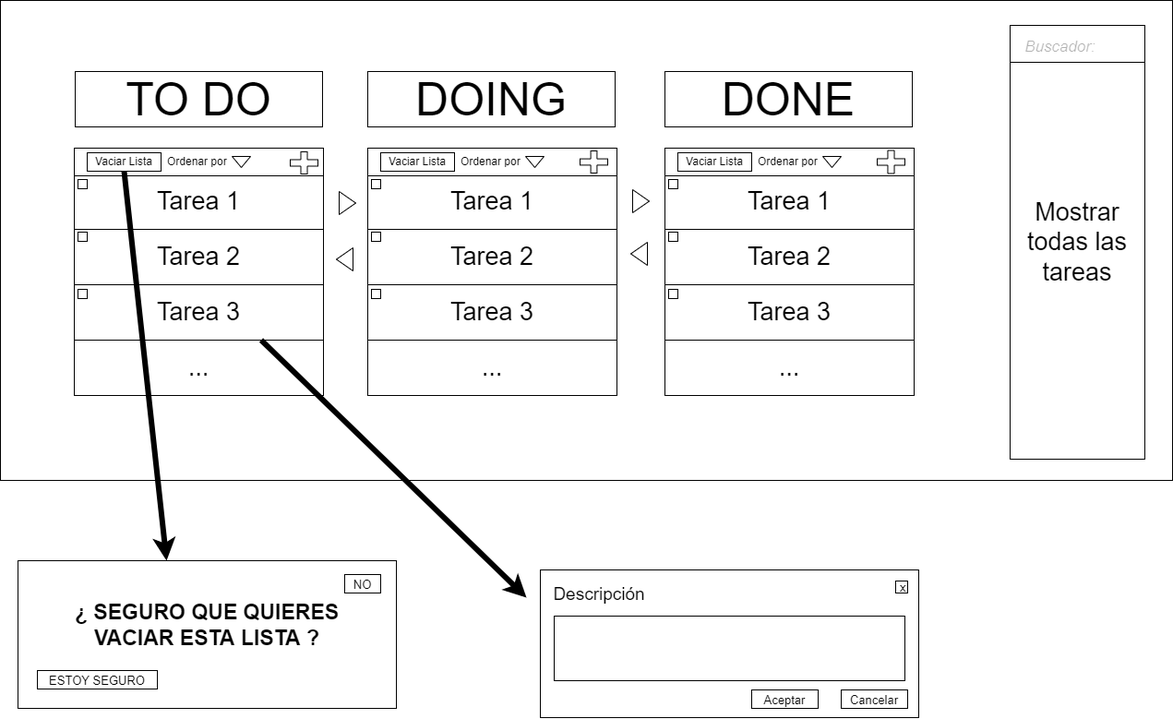
This is imgs/Maquetacion.png from OsmanMehmed/todo-list-web-nativo, a draw.io export, as it was before one commit. Source tidied: cells renumbered, new cells last; positions are measured from the earlier drawing's top-left corner, leaving out a move shared by most shapes.
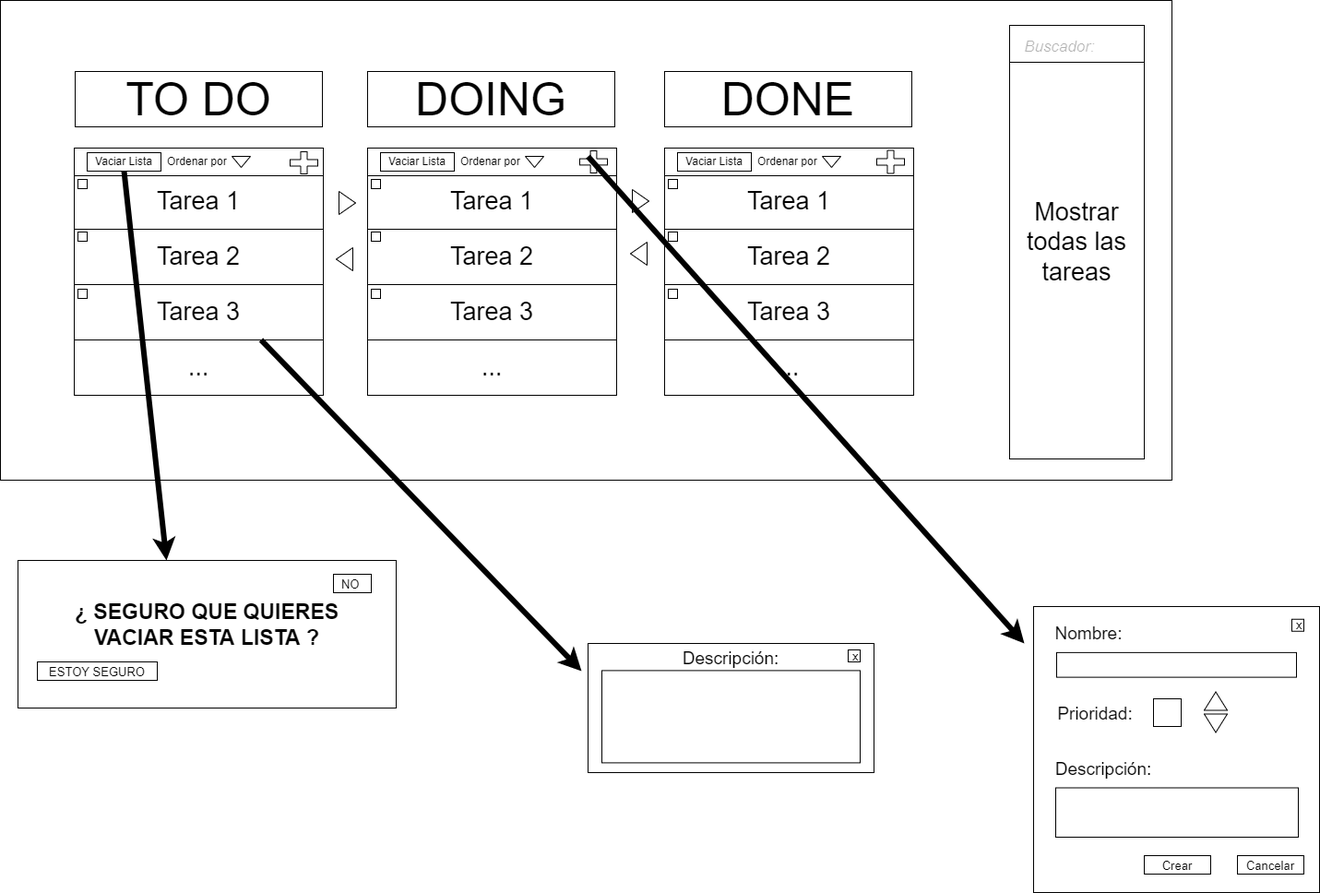
The same diagram one commit later.

Change to the diagram source:
```diff
@@ -115,27 +115,9 @@
     </mxCell>
     <mxCell id="39" style="endArrow=classic;html=1;rounded=0;fontSize=50;exitX=0.75;exitY=1;exitDx=0;exitDy=0;strokeWidth=6;" parent="1" edge="1" source="5">
       <mxGeometry relative="1" as="geometry">
-        <mxPoint x="570" y="647" as="targetPoint" />
+        <mxPoint x="630" y="727" as="targetPoint" />
       </mxGeometry>
     </mxCell>
-    <mxCell id="40" style="rounded=0;whiteSpace=wrap;html=1;fontSize=50;" parent="1" vertex="1">
-      <mxGeometry x="585" y="617" width="410" height="160" as="geometry" />
-    </mxCell>
-    <mxCell id="41" value="&lt;font style=&quot;font-size: 19px&quot;&gt;Descripción&lt;/font&gt;" style="text;html=1;strokeColor=none;fillColor=none;align=center;verticalAlign=middle;whiteSpace=wrap;rounded=0;fontSize=50;" parent="1" vertex="1">
-      <mxGeometry x="619" y="617" width="60" height="30" as="geometry" />
-    </mxCell>
-    <mxCell id="42" style="rounded=0;whiteSpace=wrap;html=1;fontSize=19;" parent="1" vertex="1">
-      <mxGeometry x="600" y="667" width="380" height="70" as="geometry" />
-    </mxCell>
-    <mxCell id="43" value="&lt;span style=&quot;font-size: 13px&quot;&gt;Aceptar&lt;/span&gt;" style="rounded=0;whiteSpace=wrap;html=1;fontSize=19;" parent="1" vertex="1">
-      <mxGeometry x="814" y="747" width="72" height="20" as="geometry" />
-    </mxCell>
-    <mxCell id="44" value="&lt;span style=&quot;font-size: 13px&quot;&gt;Cancelar&lt;/span&gt;" style="rounded=0;whiteSpace=wrap;html=1;fontSize=19;" parent="1" vertex="1">
-      <mxGeometry x="911" y="747" width="72" height="20" as="geometry" />
-    </mxCell>
-    <mxCell id="45" value="&amp;nbsp;x" style="whiteSpace=wrap;html=1;fontSize=13;" parent="1" vertex="1">
-      <mxGeometry x="970" y="629" width="13" height="13" as="geometry" />
-    </mxCell>
     <mxCell id="46" style="triangle;whiteSpace=wrap;html=1;fontSize=27;" parent="1" vertex="1">
       <mxGeometry x="367" y="207" width="18" height="25" as="geometry" />
     </mxCell>
@@ -166,10 +148,64 @@
       <mxGeometry x="69" y="634" width="310" height="86.5" as="geometry" />
     </mxCell>
     <mxCell id="55" value="&lt;span style=&quot;font-size: 13px&quot;&gt;ESTOY SEGURO&lt;/span&gt;" style="rounded=0;whiteSpace=wrap;html=1;fontSize=19;" parent="1" vertex="1">
-      <mxGeometry x="40" y="726" width="130" height="20" as="geometry" />
+      <mxGeometry x="40" y="717" width="130" height="20" as="geometry" />
     </mxCell>
-    <mxCell id="56" value="&lt;span style=&quot;font-size: 13px&quot;&gt;&amp;nbsp;NO&amp;nbsp;&lt;/span&gt;" style="rounded=0;whiteSpace=wrap;html=1;fontSize=19;" parent="1" vertex="1">
-      <mxGeometry x="373" y="622" width="39" height="20" as="geometry" />
+    <mxCell id="56" value="&lt;span style=&quot;font-size: 13px&quot;&gt;NO&amp;nbsp;&lt;/span&gt;" style="rounded=0;whiteSpace=wrap;html=1;fontSize=19;" parent="1" vertex="1">
+      <mxGeometry x="361" y="622" width="41" height="20" as="geometry" />
     </mxCell>
+    <mxCell id="57" style="endArrow=classic;html=1;rounded=0;fontSize=50;exitX=0.75;exitY=1;exitDx=0;exitDy=0;strokeWidth=6;" parent="1" edge="1">
+      <mxGeometry relative="1" as="geometry">
+        <mxPoint x="637" y="169.2" as="sourcePoint" />
+        <mxPoint x="1110" y="697" as="targetPoint" />
+      </mxGeometry>
+    </mxCell>
+    <mxCell id="58" style="rounded=0;whiteSpace=wrap;html=1;" parent="1" vertex="1">
+      <mxGeometry x="1120" y="657" width="310" height="310" as="geometry" />
+    </mxCell>
+    <mxCell id="59" value="&amp;nbsp;x" style="whiteSpace=wrap;html=1;fontSize=13;" parent="1" vertex="1">
+      <mxGeometry x="1400" y="670.8" width="13" height="13" as="geometry" />
+    </mxCell>
+    <mxCell id="44" value="&lt;span style=&quot;font-size: 13px&quot;&gt;Cancelar&lt;/span&gt;" style="rounded=0;whiteSpace=wrap;html=1;fontSize=19;" parent="1" vertex="1">
+      <mxGeometry x="1341" y="927" width="72" height="20" as="geometry" />
+    </mxCell>
+    <mxCell id="60" value="&lt;span style=&quot;font-size: 13px&quot;&gt;Crear&lt;/span&gt;" style="rounded=0;whiteSpace=wrap;html=1;fontSize=19;" parent="1" vertex="1">
+      <mxGeometry x="1240" y="927" width="72" height="20" as="geometry" />
+    </mxCell>
+    <mxCell id="61" style="rounded=0;whiteSpace=wrap;html=1;fontSize=19;" parent="1" vertex="1">
+      <mxGeometry x="1144" y="853.5" width="263" height="53.5" as="geometry" />
+    </mxCell>
+    <mxCell id="62" value="&lt;font style=&quot;font-size: 19px&quot;&gt;Descripción:&lt;/font&gt;" style="text;html=1;strokeColor=none;fillColor=none;align=center;verticalAlign=middle;whiteSpace=wrap;rounded=0;fontSize=50;" parent="1" vertex="1">
+      <mxGeometry x="1166" y="807" width="60" height="30" as="geometry" />
+    </mxCell>
+    <mxCell id="63" value="&lt;font style=&quot;font-size: 19px&quot;&gt;Nombre:&lt;/font&gt;" style="text;html=1;strokeColor=none;fillColor=none;align=center;verticalAlign=middle;whiteSpace=wrap;rounded=0;fontSize=50;" parent="1" vertex="1">
+      <mxGeometry x="1150" y="660.4" width="60" height="30" as="geometry" />
+    </mxCell>
+    <mxCell id="64" style="rounded=0;whiteSpace=wrap;html=1;fontSize=19;" parent="1" vertex="1">
+      <mxGeometry x="1145" y="706.9" width="260" height="26.8" as="geometry" />
+    </mxCell>
+    <mxCell id="65" value="&lt;font style=&quot;font-size: 19px&quot;&gt;Prioridad:&lt;/font&gt;" style="text;html=1;strokeColor=none;fillColor=none;align=center;verticalAlign=middle;whiteSpace=wrap;rounded=0;fontSize=50;" parent="1" vertex="1">
+      <mxGeometry x="1157" y="747" width="60" height="30" as="geometry" />
+    </mxCell>
+    <mxCell id="66" style="whiteSpace=wrap;html=1;" parent="1" vertex="1">
+      <mxGeometry x="1250" y="757" width="30" height="30" as="geometry" />
+    </mxCell>
+    <mxCell id="67" style="triangle;whiteSpace=wrap;html=1;rotation=-90;" parent="1" vertex="1">
+      <mxGeometry x="1307.5" y="747" width="20" height="25" as="geometry" />
+    </mxCell>
+    <mxCell id="68" style="triangle;whiteSpace=wrap;html=1;rotation=90;" parent="1" vertex="1">
+      <mxGeometry x="1307.5" y="771" width="20" height="25" as="geometry" />
+    </mxCell>
+    <mxCell id="69" style="rounded=0;whiteSpace=wrap;html=1;" parent="1" vertex="1">
+      <mxGeometry x="637" y="697" width="310" height="140" as="geometry" />
+    </mxCell>
+    <mxCell id="70" style="rounded=0;whiteSpace=wrap;html=1;" parent="1" vertex="1">
+      <mxGeometry x="652" y="726.4" width="280" height="100" as="geometry" />
+    </mxCell>
+    <mxCell id="71" value="&amp;nbsp;x" style="whiteSpace=wrap;html=1;fontSize=13;" parent="1" vertex="1">
+      <mxGeometry x="919" y="704" width="13" height="13" as="geometry" />
+    </mxCell>
+    <mxCell id="72" value="&lt;font style=&quot;font-size: 19px&quot;&gt;Descripción:&lt;/font&gt;" style="text;html=1;strokeColor=none;fillColor=none;align=center;verticalAlign=middle;whiteSpace=wrap;rounded=0;fontSize=50;" parent="1" vertex="1">
+      <mxGeometry x="762" y="687" width="60" height="30" as="geometry" />
+    </mxCell>
   </root>
 </mxGraphModel>
```
